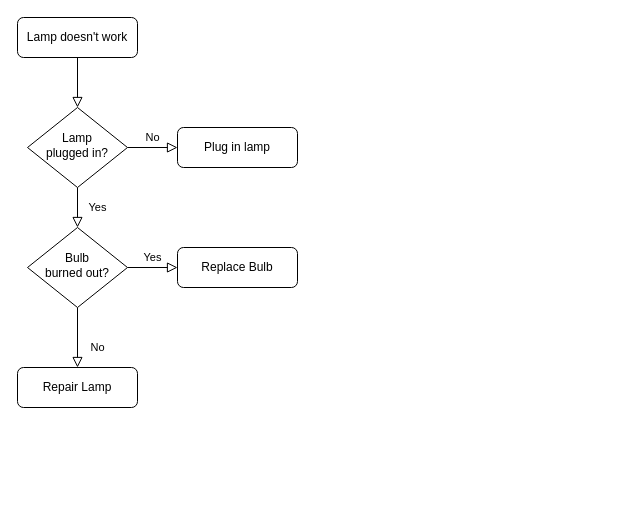
yusufbulak/k8s-Security keeps this draw.io diagram as Başlıksız Diyagram.drawio. Above is the earlier version. Source tidied: cells renumbered, new cells numbered last; positions are measured from the earlier drawing's top-left corner, leaving out a move shared by most shapes. Both pictures are drawn from the tidied source at 100%, with x=0, y=0 at pixel (17, 17).
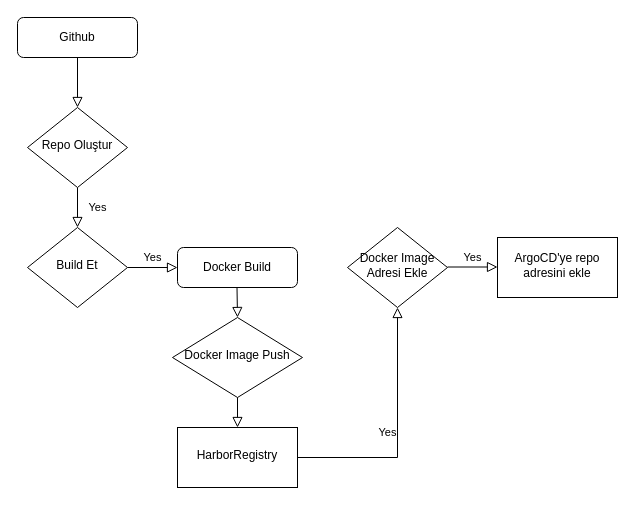
Above is the later version.

The edit, as a diff of the source:
```diff
@@
-    <mxCell id="3" value="Lamp doesn't work" style="rounded=1;whiteSpace=wrap;html=1;fontSize=12;glass=0;strokeWidth=1;shadow=0;" parent="1" vertex="1">
+    <mxCell id="3" value="Github" style="rounded=1;whiteSpace=wrap;html=1;fontSize=12;glass=0;strokeWidth=1;shadow=0;" parent="1" vertex="1">
       <mxGeometry width="120" height="40" as="geometry" />
     </mxCell>
@@
-    <mxCell id="5" value="No" style="edgeStyle=orthogonalEdgeStyle;rounded=0;html=1;jettySize=auto;fontSize=11;endArrow=block;endFill=0;endSize=8;strokeWidth=1;shadow=0;labelBackgroundColor=none;" parent="1" edge="1" source="6" target="7">
-      <mxGeometry y="10" relative="1" as="geometry" />
-    </mxCell>
-    <mxCell id="6" value="Lamp&lt;br&gt;plugged in?" style="rhombus;whiteSpace=wrap;html=1;shadow=0;fontFamily=Helvetica;fontSize=12;align=center;strokeWidth=1;spacing=6;spacingTop=-4;" parent="1" vertex="1">
+    <mxCell id="6" value="Repo Oluştur" style="rhombus;whiteSpace=wrap;html=1;shadow=0;fontFamily=Helvetica;fontSize=12;align=center;strokeWidth=1;spacing=6;spacingTop=-4;" parent="1" vertex="1">
       <mxGeometry x="10" y="90" width="100" height="80" as="geometry" />
     </mxCell>
-    <mxCell id="7" value="Plug in lamp" style="rounded=1;whiteSpace=wrap;html=1;fontSize=12;glass=0;strokeWidth=1;shadow=0;" parent="1" vertex="1">
-      <mxGeometry x="160" y="110" width="120" height="40" as="geometry" />
-    </mxCell>
-    <mxCell id="8" value="No" style="rounded=0;html=1;jettySize=auto;fontSize=11;endArrow=block;endFill=0;endSize=8;strokeWidth=1;shadow=0;labelBackgroundColor=none;edgeStyle=orthogonalEdgeStyle;" parent="1" edge="1" source="10" target="11">
-      <mxGeometry x="0.33" y="20" relative="1" as="geometry" />
-    </mxCell>
@@
-    <mxCell id="10" value="Bulb&lt;br&gt;burned out?" style="rhombus;whiteSpace=wrap;html=1;shadow=0;fontFamily=Helvetica;fontSize=12;align=center;strokeWidth=1;spacing=6;spacingTop=-4;" parent="1" vertex="1">
+    <mxCell id="10" value="Build Et" style="rhombus;whiteSpace=wrap;html=1;shadow=0;fontFamily=Helvetica;fontSize=12;align=center;strokeWidth=1;spacing=6;spacingTop=-4;" parent="1" vertex="1">
       <mxGeometry x="10" y="210" width="100" height="80" as="geometry" />
     </mxCell>
-    <mxCell id="11" value="Repair Lamp" style="rounded=1;whiteSpace=wrap;html=1;fontSize=12;glass=0;strokeWidth=1;shadow=0;" parent="1" vertex="1">
-      <mxGeometry y="350" width="120" height="40" as="geometry" />
-    </mxCell>
-    <mxCell id="12" value="Replace Bulb" style="rounded=1;whiteSpace=wrap;html=1;fontSize=12;glass=0;strokeWidth=1;shadow=0;" parent="1" vertex="1">
+    <mxCell id="12" value="Docker Build" style="rounded=1;whiteSpace=wrap;html=1;fontSize=12;glass=0;strokeWidth=1;shadow=0;" parent="1" vertex="1">
       <mxGeometry x="160" y="230" width="120" height="40" as="geometry" />
     </mxCell>
+    <mxCell id="13" value="Docker Image Adresi Ekle" style="rhombus;whiteSpace=wrap;html=1;shadow=0;fontFamily=Helvetica;fontSize=12;align=center;strokeWidth=1;spacing=6;spacingTop=-4;" parent="1" vertex="1">
+      <mxGeometry x="330" y="210" width="100" height="80" as="geometry" />
+    </mxCell>
+    <mxCell id="14" value="Yes" style="edgeStyle=orthogonalEdgeStyle;rounded=0;html=1;jettySize=auto;orthogonalLoop=1;fontSize=11;endArrow=block;endFill=0;endSize=8;strokeWidth=1;shadow=0;labelBackgroundColor=none;" parent="1" edge="1">
+      <mxGeometry y="10" relative="1" as="geometry">
+        <mxPoint x="430" y="249.5" as="sourcePoint" />
+        <mxPoint x="480" y="249.5" as="targetPoint" />
+      </mxGeometry>
+    </mxCell>
+    <mxCell id="15" value="ArgoCD'ye repo adresini ekle" style="whiteSpace=wrap;html=1;shadow=0;strokeWidth=1;spacing=6;spacingTop=-4;" parent="1" vertex="1">
+      <mxGeometry x="480" y="220" width="120" height="60" as="geometry" />
+    </mxCell>
+    <mxCell id="16" value="HarborRegistry" style="whiteSpace=wrap;html=1;shadow=0;strokeWidth=1;spacing=6;spacingTop=-4;" parent="1" vertex="1">
+      <mxGeometry x="160" y="410" width="120" height="60" as="geometry" />
+    </mxCell>
+    <mxCell id="17" value="Yes" style="edgeStyle=orthogonalEdgeStyle;rounded=0;html=1;jettySize=auto;fontSize=11;endArrow=block;endFill=0;endSize=8;strokeWidth=1;shadow=0;labelBackgroundColor=none;entryX=0.5;entryY=1;entryDx=0;entryDy=0;exitX=1;exitY=0.5;exitDx=0;exitDy=0;" parent="1" edge="1" source="16" target="13">
+      <mxGeometry y="10" relative="1" as="geometry" />
+    </mxCell>
+    <mxCell id="18" value="Docker Image Push" style="rhombus;whiteSpace=wrap;html=1;shadow=0;fontFamily=Helvetica;fontSize=12;align=center;strokeWidth=1;spacing=6;spacingTop=-4;" parent="1" vertex="1">
+      <mxGeometry x="155" y="300" width="130" height="80" as="geometry" />
+    </mxCell>
+    <mxCell id="19" style="rounded=0;html=1;jettySize=auto;orthogonalLoop=1;fontSize=11;endArrow=block;endFill=0;endSize=8;strokeWidth=1;shadow=0;labelBackgroundColor=none;edgeStyle=orthogonalEdgeStyle;" parent="1" edge="1">
+      <mxGeometry relative="1" as="geometry">
+        <mxPoint x="219.5" y="270" as="sourcePoint" />
+        <mxPoint x="220" y="300" as="targetPoint" />
+      </mxGeometry>
+    </mxCell>
+    <mxCell id="20" style="rounded=0;html=1;jettySize=auto;fontSize=11;endArrow=block;endFill=0;endSize=8;strokeWidth=1;shadow=0;labelBackgroundColor=none;edgeStyle=orthogonalEdgeStyle;exitX=0.5;exitY=1;exitDx=0;exitDy=0;entryX=0.5;entryY=0;entryDx=0;entryDy=0;" parent="1" edge="1" source="18" target="16">
+      <mxGeometry relative="1" as="geometry">
+        <Array as="points">
+          <mxPoint x="220" y="380" />
+        </Array>
+      </mxGeometry>
+    </mxCell>
```
